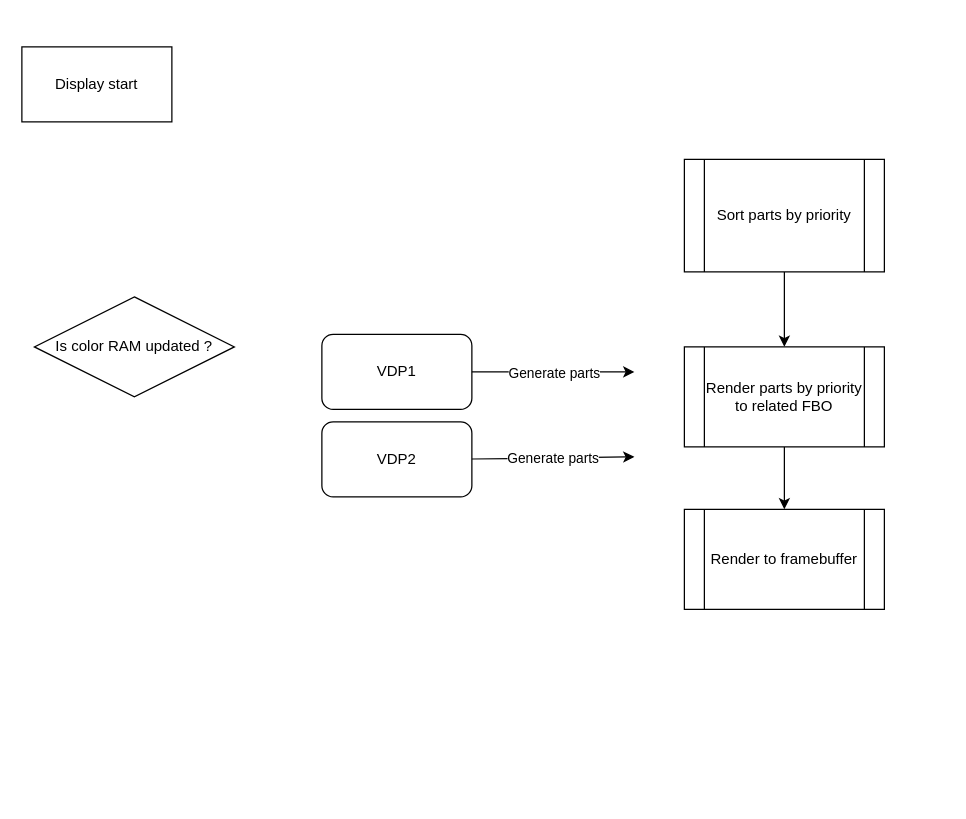
This is saturnin/docs/vdp_cache.drawio from rtoumazet/saturnin, a draw.io file, before an edit. Source tidied: cells renumbered, new cells numbered last; positions are measured from the earlier drawing's top-left corner, leaving out a move shared by most shapes. Both pictures are drawn from the tidied source at 125%, with x=0, y=0 at pixel (21, 46).
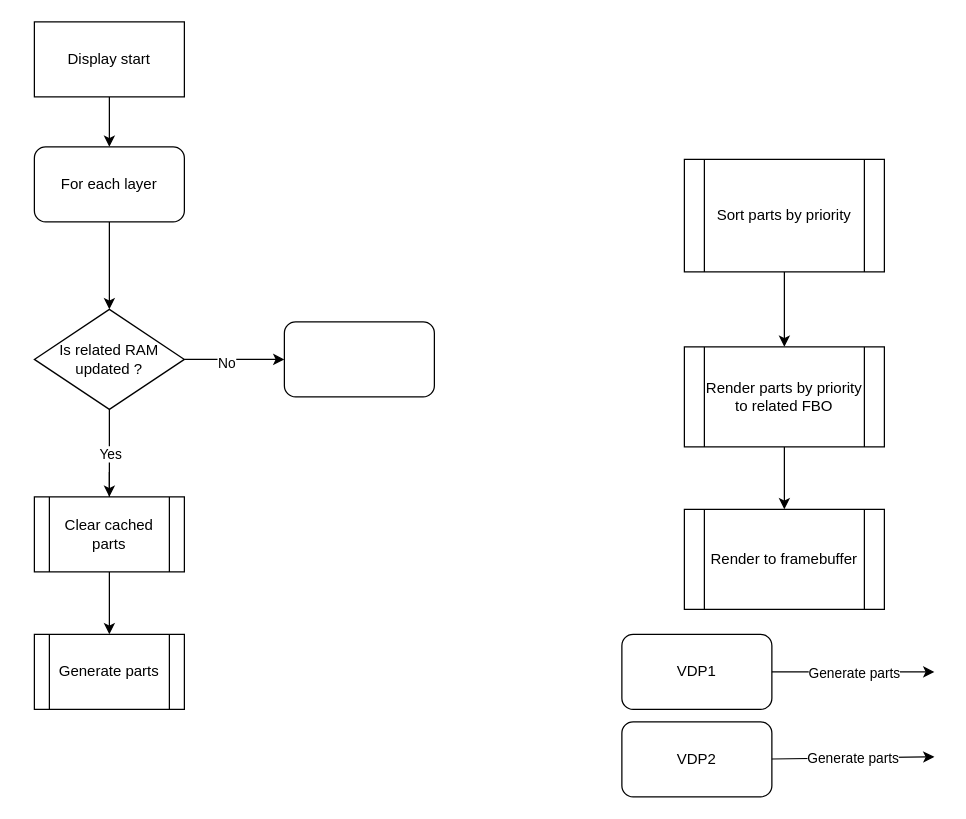
The same diagram, later.

What changed in the source:
```diff
@@
     <mxCell id="2" value="VDP1" style="rounded=1;whiteSpace=wrap;html=1;" parent="1" vertex="1">
-      <mxGeometry x="240" y="230" width="120" height="60" as="geometry" />
+      <mxGeometry x="480" y="470" width="120" height="60" as="geometry" />
     </mxCell>
     <mxCell id="3" value="VDP2" style="rounded=1;whiteSpace=wrap;html=1;" parent="1" vertex="1">
-      <mxGeometry x="240" y="300" width="120" height="60" as="geometry" />
+      <mxGeometry x="480" y="540" width="120" height="60" as="geometry" />
     </mxCell>
     <mxCell id="4" style="endArrow=classic;html=1;rounded=0;exitX=1;exitY=0.5;exitDx=0;exitDy=0;" parent="1" edge="1" source="2">
       <mxGeometry relative="1" as="geometry">
-        <mxPoint x="490" y="260" as="targetPoint" />
+        <mxPoint x="730" y="500" as="targetPoint" />
       </mxGeometry>
     </mxCell>
@@
     <mxCell id="6" style="endArrow=classic;html=1;rounded=0;exitX=1;exitY=0.5;exitDx=0;exitDy=0;" parent="1" edge="1">
       <mxGeometry relative="1" as="geometry">
-        <mxPoint x="360" y="329.7" as="sourcePoint" />
-        <mxPoint x="490" y="328" as="targetPoint" />
+        <mxPoint x="600" y="569.7" as="sourcePoint" />
+        <mxPoint x="730" y="568" as="targetPoint" />
       </mxGeometry>
     </mxCell>
@@
+    <mxCell id="15" style="edgeStyle=orthogonalEdgeStyle;rounded=0;jettySize=auto;html=1;" parent="1" edge="1" source="13" target="21">
+      <mxGeometry relative="1" as="geometry" />
+    </mxCell>
+    <mxCell id="16" value="No" style="edgeLabel;html=1;align=center;verticalAlign=middle;" parent="15" vertex="1">
+      <mxGeometry x="-0.17" y="-2" relative="1" as="geometry" />
+    </mxCell>
+    <mxCell id="17" style="edgeStyle=orthogonalEdgeStyle;rounded=0;jettySize=auto;html=1;" parent="1" edge="1" source="25">
+      <mxGeometry relative="1" as="geometry">
+        <mxPoint x="70" y="380" as="targetPoint" />
+      </mxGeometry>
+    </mxCell>
-    <mxCell id="13" value="Is color RAM updated ?" style="rhombus;whiteSpace=wrap;html=1;" parent="1" vertex="1">
-      <mxGeometry x="10" y="200" width="160" height="80" as="geometry" />
+    <mxCell id="13" value="Is related RAM updated ?" style="rhombus;whiteSpace=wrap;html=1;" parent="1" vertex="1">
+      <mxGeometry x="10" y="210" width="120" height="80" as="geometry" />
     </mxCell>
+    <mxCell id="18" style="edgeStyle=orthogonalEdgeStyle;rounded=0;jettySize=auto;html=1;" parent="1" edge="1" source="14" target="20">
+      <mxGeometry relative="1" as="geometry" />
+    </mxCell>
     <mxCell id="14" value="Display start" style="rounded=0;whiteSpace=wrap;html=1;" parent="1" vertex="1">
-      <mxGeometry width="120" height="60" as="geometry" />
+      <mxGeometry x="10" y="-20" width="120" height="60" as="geometry" />
     </mxCell>
+    <mxCell id="19" style="edgeStyle=orthogonalEdgeStyle;rounded=0;jettySize=auto;html=1;" parent="1" edge="1" source="20" target="13">
+      <mxGeometry relative="1" as="geometry" />
+    </mxCell>
+    <mxCell id="20" value="For each layer" style="rounded=1;whiteSpace=wrap;html=1;" parent="1" vertex="1">
+      <mxGeometry x="10" y="80" width="120" height="60" as="geometry" />
+    </mxCell>
+    <mxCell id="21" style="whiteSpace=wrap;html=1;rounded=1;" parent="1" vertex="1">
+      <mxGeometry x="210" y="220" width="120" height="60" as="geometry" />
+    </mxCell>
+    <mxCell id="22" style="edgeStyle=orthogonalEdgeStyle;rounded=0;jettySize=auto;html=1;" parent="1" edge="1" source="13" target="25">
+      <mxGeometry relative="1" as="geometry" />
+    </mxCell>
+    <mxCell id="23" value="Yes" style="edgeLabel;html=1;align=center;verticalAlign=middle;" parent="22" vertex="1">
+      <mxGeometry relative="1" as="geometry" />
+    </mxCell>
+    <mxCell id="24" style="edgeStyle=orthogonalEdgeStyle;rounded=0;jettySize=auto;html=1;" parent="1" edge="1" source="25" target="26">
+      <mxGeometry relative="1" as="geometry" />
+    </mxCell>
+    <mxCell id="25" value="Clear cached parts" style="shape=process;whiteSpace=wrap;html=1;backgroundOutline=1;" parent="1" vertex="1">
+      <mxGeometry x="10" y="360" width="120" height="60" as="geometry" />
+    </mxCell>
+    <mxCell id="26" value="Generate parts" style="shape=process;whiteSpace=wrap;html=1;backgroundOutline=1;" parent="1" vertex="1">
+      <mxGeometry x="10" y="470" width="120" height="60" as="geometry" />
+    </mxCell>
```
